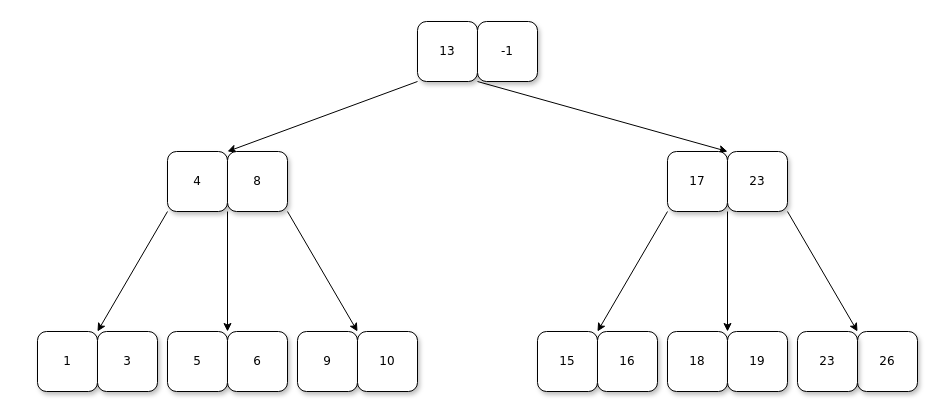
This is page "Page-1" (1 of 2) of EP-2/arvore_caso_teste.drawio from Marcus-vinicius-pcs/AED-II, a draw.io file, before an edit. Source tidied: cells renumbered, new cells numbered last; positions are measured from the earlier drawing's top-left corner, leaving out a move shared by most shapes. Both pictures are drawn from the tidied source at 100%, with x=0, y=0 at pixel (37, 21).
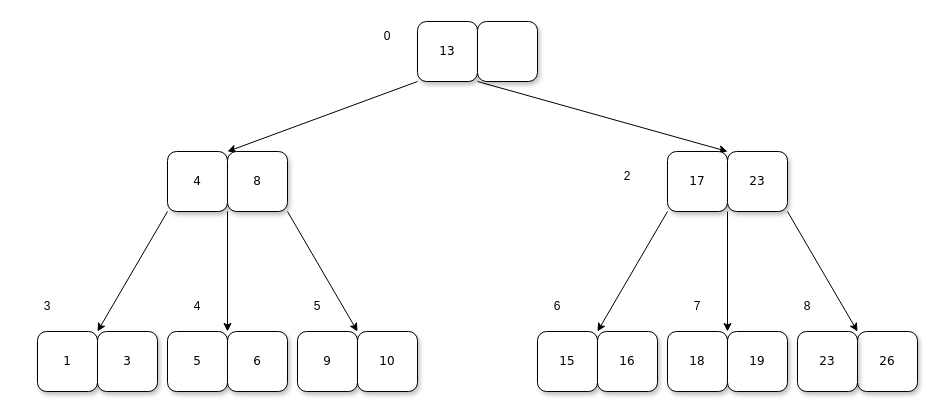
After the change.

The edit, as a diff of the source:
```diff
@@
-    <mxCell id="25" value="-1" style="whiteSpace=wrap;html=1;rounded=1;shadow=1;labelBackgroundColor=none;strokeWidth=1;fontFamily=Verdana;fontSize=12;align=center;" parent="1" vertex="1">
+    <mxCell id="25" style="whiteSpace=wrap;html=1;rounded=1;shadow=1;labelBackgroundColor=none;strokeWidth=1;fontFamily=Verdana;fontSize=12;align=center;" parent="1" vertex="1">
       <mxGeometry x="440" width="60" height="60" as="geometry" />
     </mxCell>
@@
+    <mxCell id="28" value="2" style="text;html=1;strokeColor=none;fillColor=none;align=center;verticalAlign=middle;whiteSpace=wrap;rounded=0;" parent="1" vertex="1">
+      <mxGeometry x="560" y="140" width="60" height="30" as="geometry" />
+    </mxCell>
+    <mxCell id="29" value="3" style="text;html=1;strokeColor=none;fillColor=none;align=center;verticalAlign=middle;whiteSpace=wrap;rounded=0;" parent="1" vertex="1">
+      <mxGeometry x="-20" y="270" width="60" height="30" as="geometry" />
+    </mxCell>
+    <mxCell id="30" value="4" style="text;html=1;strokeColor=none;fillColor=none;align=center;verticalAlign=middle;whiteSpace=wrap;rounded=0;" parent="1" vertex="1">
+      <mxGeometry x="130" y="270" width="60" height="30" as="geometry" />
+    </mxCell>
+    <mxCell id="31" value="5" style="text;html=1;strokeColor=none;fillColor=none;align=center;verticalAlign=middle;whiteSpace=wrap;rounded=0;" parent="1" vertex="1">
+      <mxGeometry x="250" y="270" width="60" height="30" as="geometry" />
+    </mxCell>
+    <mxCell id="32" value="6" style="text;html=1;strokeColor=none;fillColor=none;align=center;verticalAlign=middle;whiteSpace=wrap;rounded=0;" parent="1" vertex="1">
+      <mxGeometry x="490" y="270" width="60" height="30" as="geometry" />
+    </mxCell>
+    <mxCell id="33" value="7" style="text;html=1;strokeColor=none;fillColor=none;align=center;verticalAlign=middle;whiteSpace=wrap;rounded=0;" parent="1" vertex="1">
+      <mxGeometry x="630" y="270" width="60" height="30" as="geometry" />
+    </mxCell>
+    <mxCell id="34" value="8" style="text;html=1;strokeColor=none;fillColor=none;align=center;verticalAlign=middle;whiteSpace=wrap;rounded=0;" parent="1" vertex="1">
+      <mxGeometry x="740" y="270" width="60" height="30" as="geometry" />
+    </mxCell>
+    <mxCell id="35" value="0" style="text;html=1;strokeColor=none;fillColor=none;align=center;verticalAlign=middle;whiteSpace=wrap;rounded=0;" parent="1" vertex="1">
+      <mxGeometry x="320" width="60" height="30" as="geometry" />
+    </mxCell>
```
